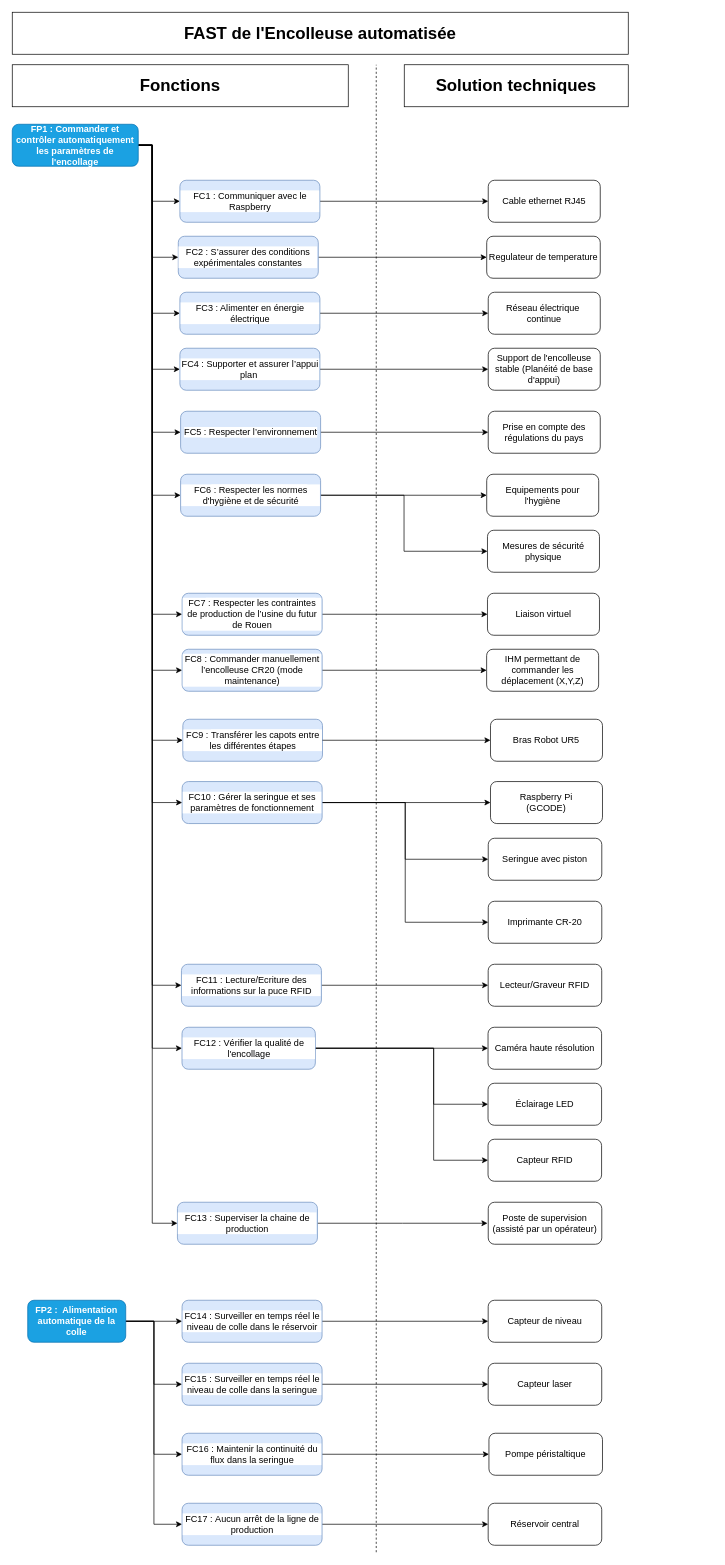
The draw.io diagram FAST DIAGRAM/Diagramme_FAST.drawio in CharifMah/Systemes_automatises, before the edit. Source tidied: cells renumbered, new cells numbered last; positions are measured from the earlier drawing's top-left corner, leaving out a move shared by most shapes. Both pictures are drawn from the tidied source at 70%, with x=0, y=0 at pixel (12, 12).
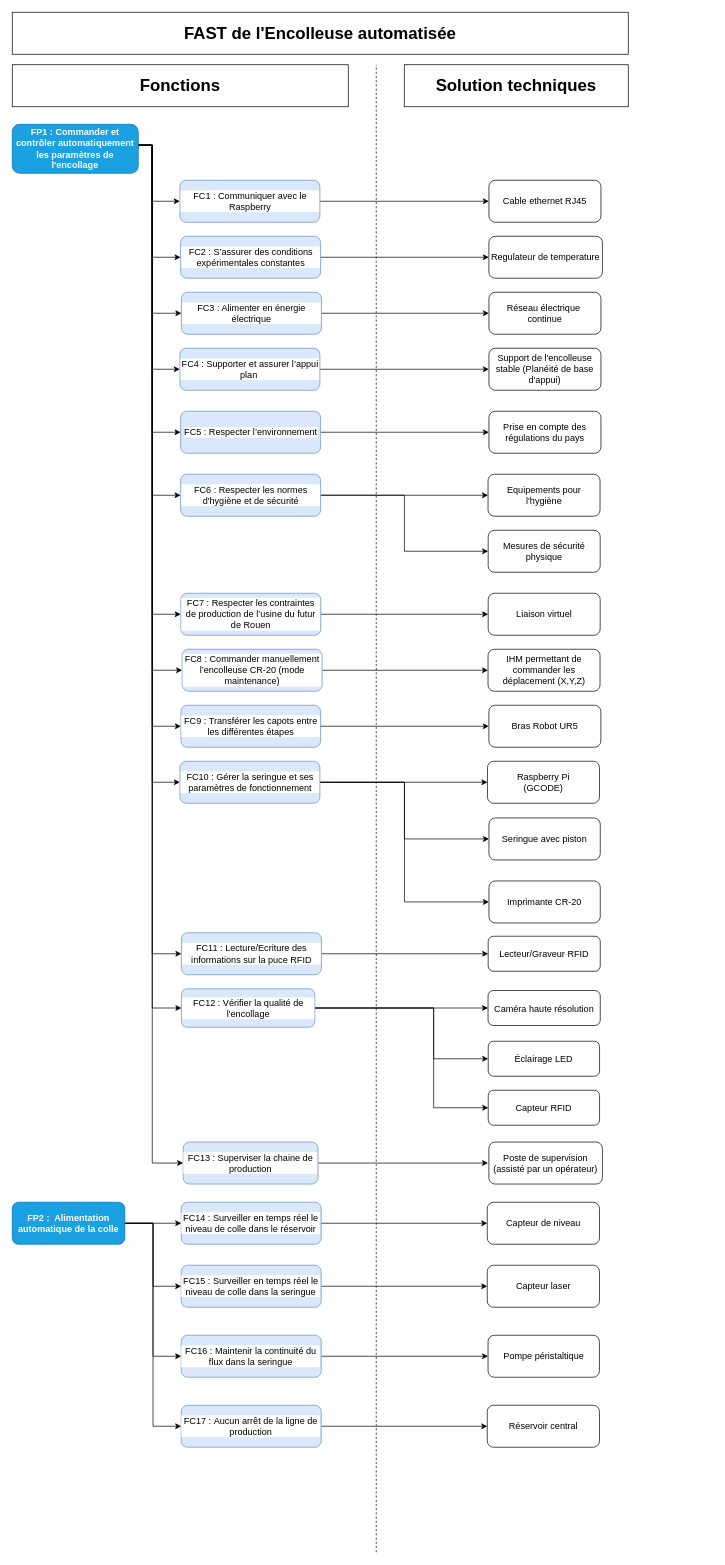
Above is the later version.

Commit message:
Mettre à jour Diagramme_FAST.drawio

What changed in the source:
```diff
@@
     <mxCell id="5" value="&lt;span&gt;FC10 : Gérer la seringue et ses paramètres de fonctionnement&lt;/span&gt;" style="rounded=1;whiteSpace=wrap;html=1;labelBackgroundColor=default;labelBorderColor=none;textShadow=0;fillColor=#dae8fc;strokeColor=#6c8ebf;fontFamily=Helvetica;fontSize=13;fontStyle=0;" parent="1" vertex="1">
-      <mxGeometry x="242.7" y="1099" width="200" height="60" as="geometry" />
+      <mxGeometry x="239.5" y="1070" width="200" height="60" as="geometry" />
     </mxCell>
@@
     <mxCell id="7" value="&lt;font&gt;FC2 :&amp;nbsp;S’assurer des conditions expérimentales constantes&lt;/font&gt;" style="rounded=1;whiteSpace=wrap;html=1;labelBackgroundColor=default;labelBorderColor=none;textShadow=0;fillColor=#dae8fc;strokeColor=#6c8ebf;fontFamily=Helvetica;fontSize=13;fontStyle=0;" parent="1" vertex="1">
-      <mxGeometry x="237.2" y="320" width="200" height="60" as="geometry" />
+      <mxGeometry x="240.5" y="320" width="200" height="60" as="geometry" />
     </mxCell>
@@
     <mxCell id="16" style="edgeStyle=orthogonalEdgeStyle;rounded=0;jettySize=auto;html=1;entryX=0;entryY=0.5;entryDx=0;entryDy=0;" parent="1" edge="1" source="21" target="48">
       <mxGeometry relative="1" as="geometry">
         <Array as="points">
           <mxPoint x="200" y="190" />
-          <mxPoint x="200" y="1040" />
+          <mxPoint x="200" y="1020" />
         </Array>
       </mxGeometry>
     </mxCell>
     <mxCell id="17" style="edgeStyle=orthogonalEdgeStyle;rounded=0;jettySize=auto;html=1;entryX=0;entryY=0.5;entryDx=0;entryDy=0;" parent="1" edge="1" source="21" target="5">
       <mxGeometry relative="1" as="geometry">
         <Array as="points">
           <mxPoint x="200" y="190" />
-          <mxPoint x="200" y="1129" />
+          <mxPoint x="200" y="1100" />
         </Array>
       </mxGeometry>
     </mxCell>
     <mxCell id="18" style="edgeStyle=orthogonalEdgeStyle;rounded=0;jettySize=auto;html=1;entryX=0;entryY=0.5;entryDx=0;entryDy=0;" parent="1" edge="1" source="21" target="68">
       <mxGeometry relative="1" as="geometry">
         <Array as="points">
           <mxPoint x="200" y="190" />
-          <mxPoint x="200" y="1390" />
+          <mxPoint x="200" y="1345" />
         </Array>
       </mxGeometry>
     </mxCell>
     <mxCell id="19" style="edgeStyle=orthogonalEdgeStyle;rounded=0;jettySize=auto;html=1;entryX=0;entryY=0.5;entryDx=0;entryDy=0;" parent="1" edge="1" source="21" target="34">
       <mxGeometry relative="1" as="geometry">
         <Array as="points">
           <mxPoint x="200" y="190" />
-          <mxPoint x="200" y="1480" />
+          <mxPoint x="200" y="1423" />
         </Array>
       </mxGeometry>
     </mxCell>
     <mxCell id="20" style="edgeStyle=orthogonalEdgeStyle;rounded=0;jettySize=auto;html=1;entryX=0;entryY=0.5;entryDx=0;entryDy=0;" parent="1" edge="1" source="21" target="82">
       <mxGeometry relative="1" as="geometry">
         <Array as="points">
           <mxPoint x="200" y="190" />
-          <mxPoint x="200" y="1730" />
+          <mxPoint x="200" y="1644" />
         </Array>
       </mxGeometry>
     </mxCell>
     <mxCell id="21" value="&lt;span&gt;&lt;font style=&quot;color: light-dark(rgb(255, 255, 255), rgb(0, 0, 0));&quot;&gt;FP1 : Commander et contrôler automatiquement les paramètres de l'encollage&lt;/font&gt;&lt;/span&gt;" style="rounded=1;whiteSpace=wrap;html=1;fillColor=#1ba1e2;fontColor=#ffffff;strokeColor=#006EAF;fontFamily=Helvetica;fontSize=13;fontStyle=1;" parent="1" vertex="1">
-      <mxGeometry y="160" width="180" height="60" as="geometry" />
+      <mxGeometry y="160" width="180" height="70" as="geometry" />
     </mxCell>
@@
     <mxCell id="25" value="Raspberry Pi&lt;div&gt;(GCODE)&lt;/div&gt;" style="rounded=1;whiteSpace=wrap;html=1;fontFamily=Helvetica;fontSize=13;fontStyle=0;" parent="1" vertex="1">
-      <mxGeometry x="683.2" y="1099" width="160" height="60" as="geometry" />
+      <mxGeometry x="678.9" y="1070" width="160" height="60" as="geometry" />
     </mxCell>
     <mxCell id="26" value="Capteur de niveau" style="rounded=1;whiteSpace=wrap;html=1;fontFamily=Helvetica;fontSize=13;" parent="1" vertex="1">
-      <mxGeometry x="679.9" y="1840" width="162.2" height="60" as="geometry" />
+      <mxGeometry x="678.6" y="1700" width="160.3" height="60" as="geometry" />
     </mxCell>
     <mxCell id="27" value="Regulateur de temperature" style="rounded=1;whiteSpace=wrap;html=1;fontFamily=Helvetica;fontSize=13;fontStyle=0;" parent="1" vertex="1">
-      <mxGeometry x="677.8" y="320" width="162.2" height="60" as="geometry" />
+      <mxGeometry x="680.9" y="320" width="162.2" height="60" as="geometry" />
     </mxCell>
     <mxCell id="28" value="Bras Robot UR5" style="rounded=1;whiteSpace=wrap;html=1;fontFamily=Helvetica;fontSize=13;fontStyle=0;" parent="1" vertex="1">
-      <mxGeometry x="683.2" y="1010" width="160" height="60" as="geometry" />
+      <mxGeometry x="680.9" y="990" width="160" height="60" as="geometry" />
     </mxCell>
     <mxCell id="29" value="Réservoir central" style="rounded=1;whiteSpace=wrap;html=1;fontFamily=Helvetica;fontSize=13;" parent="1" vertex="1">
-      <mxGeometry x="679.9" y="2130" width="162.2" height="60" as="geometry" />
+      <mxGeometry x="678.6" y="1990" width="160.3" height="60" as="geometry" />
     </mxCell>
     <mxCell id="30" value="Pompe péristaltique" style="rounded=1;whiteSpace=wrap;html=1;fontFamily=Helvetica;fontSize=13;" parent="1" vertex="1">
-      <mxGeometry x="681" y="2030" width="162.2" height="60" as="geometry" />
+      <mxGeometry x="679.7" y="1890" width="159.1" height="60" as="geometry" />
     </mxCell>
@@
     <mxCell id="32" style="edgeStyle=orthogonalEdgeStyle;rounded=0;jettySize=auto;html=1;entryX=0;entryY=0.5;entryDx=0;entryDy=0;fontFamily=Helvetica;fontSize=13;fontStyle=0;" parent="1" edge="1" source="34" target="36">
       <mxGeometry relative="1" as="geometry">
         <Array as="points">
-          <mxPoint x="602" y="1480" />
-          <mxPoint x="602" y="1560" />
+          <mxPoint x="602" y="1423" />
+          <mxPoint x="602" y="1495" />
         </Array>
       </mxGeometry>
     </mxCell>
     <mxCell id="33" style="edgeStyle=orthogonalEdgeStyle;rounded=0;jettySize=auto;html=1;entryX=0;entryY=0.5;entryDx=0;entryDy=0;fontSize=13;fontStyle=0;" parent="1" edge="1" source="34" target="65">
       <mxGeometry relative="1" as="geometry">
         <Array as="points">
-          <mxPoint x="602" y="1480" />
-          <mxPoint x="602" y="1640" />
+          <mxPoint x="602" y="1423" />
+          <mxPoint x="602" y="1565" />
         </Array>
       </mxGeometry>
     </mxCell>
     <mxCell id="34" value="&lt;span&gt;FC12 : Vérifier la qualité de l'encollage&lt;/span&gt;" style="rounded=1;whiteSpace=wrap;html=1;labelBackgroundColor=default;labelBorderColor=none;textShadow=0;fillColor=#dae8fc;strokeColor=#6c8ebf;fontFamily=Helvetica;fontSize=13;fontStyle=0;" parent="1" vertex="1">
-      <mxGeometry x="242.5" y="1450" width="190.5" height="60" as="geometry" />
+      <mxGeometry x="241.7" y="1395" width="190.5" height="55" as="geometry" />
     </mxCell>
     <mxCell id="35" value="Caméra haute résolution" style="rounded=1;whiteSpace=wrap;html=1;fontFamily=Helvetica;fontSize=13;fontStyle=0;" parent="1" vertex="1">
-      <mxGeometry x="679.7" y="1450" width="162.2" height="60" as="geometry" />
+      <mxGeometry x="679.7" y="1397.5" width="160.3" height="50" as="geometry" />
     </mxCell>
     <mxCell id="36" value="Éclairage LED" style="rounded=1;whiteSpace=wrap;html=1;fontFamily=Helvetica;fontSize=13;fontStyle=0;" parent="1" vertex="1">
-      <mxGeometry x="679.7" y="1530" width="162.2" height="60" as="geometry" />
+      <mxGeometry x="680" y="1470" width="159" height="50" as="geometry" />
     </mxCell>
@@
     <mxCell id="41" value="&lt;span&gt;&lt;font style=&quot;color: rgb(255, 255, 255);&quot;&gt;FP2 :&amp;nbsp; Alimentation automatique de la colle&lt;/font&gt;&lt;/span&gt;" style="rounded=1;whiteSpace=wrap;html=1;fillColor=#1ba1e2;fontColor=#ffffff;strokeColor=#006EAF;fontFamily=Helvetica;fontSize=13;fontStyle=1;" parent="1" vertex="1">
-      <mxGeometry x="22.1" y="1840" width="140" height="60" as="geometry" />
+      <mxGeometry y="1700" width="160.8" height="60" as="geometry" />
     </mxCell>
@@
     <mxCell id="44" value="Cable ethernet RJ45" style="rounded=1;whiteSpace=wrap;html=1;fontSize=13;fontStyle=0;" parent="1" vertex="1">
-      <mxGeometry x="680" y="240" width="160" height="60" as="geometry" />
+      <mxGeometry x="681" y="240" width="160" height="60" as="geometry" />
     </mxCell>
@@
     <mxCell id="46" value="&lt;div&gt;&lt;font&gt;FC3 : Alimenter en énergie électrique&lt;/font&gt;&lt;/div&gt;" style="rounded=1;whiteSpace=wrap;html=1;labelBackgroundColor=default;labelBorderColor=none;textShadow=0;fillColor=#dae8fc;strokeColor=#6c8ebf;fontFamily=Helvetica;fontSize=13;fontStyle=0;" parent="1" vertex="1">
-      <mxGeometry x="239.5" y="400" width="200" height="60" as="geometry" />
+      <mxGeometry x="241.7" y="400" width="200" height="60" as="geometry" />
     </mxCell>
     <mxCell id="47" value="Réseau électrique&amp;nbsp;&lt;div&gt;continue&lt;/div&gt;" style="rounded=1;whiteSpace=wrap;html=1;fontSize=13;fontStyle=0;" parent="1" vertex="1">
-      <mxGeometry x="680" y="400" width="160" height="60" as="geometry" />
+      <mxGeometry x="681" y="400" width="160" height="60" as="geometry" />
     </mxCell>
     <mxCell id="48" value="&lt;font&gt;FC9 :&amp;nbsp;&lt;/font&gt;&lt;span style=&quot;background-color: light-dark(#ffffff, var(--ge-dark-color, #121212)); color: light-dark(rgb(0, 0, 0), rgb(255, 255, 255));&quot;&gt;Transférer les capots entre les différentes étapes&lt;/span&gt;" style="rounded=1;whiteSpace=wrap;html=1;labelBackgroundColor=default;labelBorderColor=none;textShadow=0;fillColor=#dae8fc;strokeColor=#6c8ebf;fontFamily=Helvetica;fontSize=13;fontStyle=0;" parent="1" vertex="1">
-      <mxGeometry x="243.7" y="1010" width="199.5" height="60" as="geometry" />
+      <mxGeometry x="241" y="990" width="199.5" height="60" as="geometry" />
     </mxCell>
@@
     <mxCell id="52" value="Support de l'encolleuse stable (Planéité de base d'appui)" style="rounded=1;whiteSpace=wrap;html=1;fontSize=13;fontStyle=0;" parent="1" vertex="1">
-      <mxGeometry x="680" y="480" width="160" height="60" as="geometry" />
+      <mxGeometry x="681" y="480" width="160" height="60" as="geometry" />
     </mxCell>
@@
     <mxCell id="55" value="Prise en compte des régulations du pays" style="rounded=1;whiteSpace=wrap;html=1;fontSize=13;fontStyle=0;" parent="1" vertex="1">
-      <mxGeometry x="680" y="570" width="160" height="60" as="geometry" />
+      <mxGeometry x="681" y="570" width="160" height="60" as="geometry" />
     </mxCell>
@@
     <mxCell id="57" value="&lt;div&gt;&lt;font&gt;FC7&lt;/font&gt;&lt;span style=&quot;color: light-dark(rgb(0, 0, 0), rgb(255, 255, 255)); background-color: light-dark(#ffffff, var(--ge-dark-color, #121212));&quot;&gt;&amp;nbsp;:&amp;nbsp;&lt;/span&gt;&lt;span style=&quot;color: light-dark(rgb(0, 0, 0), rgb(255, 255, 255)); background-color: light-dark(#ffffff, var(--ge-dark-color, #121212));&quot;&gt;Respecter les contraintes de production de l’usine du futur de Rouen&lt;/span&gt;&lt;/div&gt;" style="rounded=1;whiteSpace=wrap;html=1;labelBackgroundColor=default;labelBorderColor=none;textShadow=0;fillColor=#dae8fc;strokeColor=#6c8ebf;fontFamily=Helvetica;fontSize=13;fontStyle=0;" parent="1" vertex="1">
-      <mxGeometry x="242.7" y="830" width="200" height="60" as="geometry" />
+      <mxGeometry x="240.8" y="830" width="200" height="60" as="geometry" />
     </mxCell>
     <mxCell id="58" value="Liaison virtuel" style="rounded=1;whiteSpace=wrap;html=1;fontSize=13;fontStyle=0;" parent="1" vertex="1">
-      <mxGeometry x="678.9" y="830" width="160" height="60" as="geometry" />
+      <mxGeometry x="679.9" y="830" width="160" height="60" as="geometry" />
     </mxCell>
@@
-    <mxCell id="60" value="&lt;div&gt;&lt;font&gt;FC8&lt;/font&gt;&lt;span style=&quot;background-color: light-dark(#ffffff, var(--ge-dark-color, #121212)); color: light-dark(rgb(0, 0, 0), rgb(255, 255, 255));&quot;&gt;&amp;nbsp;:&amp;nbsp;&lt;/span&gt;&lt;span style=&quot;background-color: light-dark(#ffffff, var(--ge-dark-color, #121212));&quot;&gt;Commander manuellement l’encolleuse CR20 (mode maintenance)&lt;/span&gt;&lt;/div&gt;" style="rounded=1;whiteSpace=wrap;html=1;labelBackgroundColor=default;labelBorderColor=none;textShadow=0;fillColor=#dae8fc;strokeColor=#6c8ebf;fontFamily=Helvetica;fontSize=13;fontStyle=0;" parent="1" vertex="1">
+    <mxCell id="60" value="&lt;div&gt;&lt;font&gt;FC8&lt;/font&gt;&lt;span style=&quot;background-color: light-dark(#ffffff, var(--ge-dark-color, #121212)); color: light-dark(rgb(0, 0, 0), rgb(255, 255, 255));&quot;&gt;&amp;nbsp;:&amp;nbsp;&lt;/span&gt;&lt;span style=&quot;background-color: light-dark(#ffffff, var(--ge-dark-color, #121212));&quot;&gt;Commander manuellement l’encolleuse CR-20 (mode maintenance)&lt;/span&gt;&lt;/div&gt;" style="rounded=1;whiteSpace=wrap;html=1;labelBackgroundColor=default;labelBorderColor=none;textShadow=0;fillColor=#dae8fc;strokeColor=#6c8ebf;fontFamily=Helvetica;fontSize=13;fontStyle=0;" parent="1" vertex="1">
       <mxGeometry x="242.7" y="910" width="200" height="60" as="geometry" />
     </mxCell>
     <mxCell id="61" value="IHM permettant de commander les déplacement (X,Y,Z)" style="rounded=1;whiteSpace=wrap;html=1;fontFamily=Helvetica;fontSize=13;fontStyle=0;" parent="1" vertex="1">
-      <mxGeometry x="677.7" y="910" width="160" height="60" as="geometry" />
+      <mxGeometry x="679.7" y="910" width="160" height="60" as="geometry" />
     </mxCell>
@@
     <mxCell id="63" value="&lt;div&gt;&lt;font&gt;FC17&lt;/font&gt;&lt;span style=&quot;color: light-dark(rgb(0, 0, 0), rgb(255, 255, 255)); background-color: light-dark(#ffffff, var(--ge-dark-color, #121212));&quot;&gt;&amp;nbsp;:&amp;nbsp;&lt;/span&gt;&lt;span style=&quot;color: light-dark(rgb(0, 0, 0), rgb(255, 255, 255)); background-color: light-dark(#ffffff, var(--ge-dark-color, #121212));&quot;&gt;Aucun arrêt de la ligne de production&lt;/span&gt;&lt;/div&gt;" style="rounded=1;whiteSpace=wrap;html=1;labelBackgroundColor=default;labelBorderColor=none;textShadow=0;fillColor=#dae8fc;strokeColor=#6c8ebf;fontFamily=Helvetica;fontSize=13;" parent="1" vertex="1">
-      <mxGeometry x="242.6" y="2130" width="200" height="60" as="geometry" />
+      <mxGeometry x="241.4" y="1990" width="200" height="60" as="geometry" />
     </mxCell>
@@
     <mxCell id="65" value="Capteur RFID" style="rounded=1;whiteSpace=wrap;html=1;fontFamily=Helvetica;fontSize=13;fontStyle=0;" parent="1" vertex="1">
-      <mxGeometry x="679.7" y="1610" width="162.2" height="60" as="geometry" />
+      <mxGeometry x="680" y="1540" width="159" height="50" as="geometry" />
     </mxCell>
@@
     <mxCell id="68" value="&lt;span&gt;FC11 : Lecture/Ecriture&amp;nbsp;&lt;/span&gt;&lt;span lang=&quot;FR&quot; style=&quot;font-family: Calibri, sans-serif;&quot;&gt;des informations&amp;nbsp;&lt;/span&gt;&lt;span&gt;sur la puce RFID&lt;/span&gt;" style="rounded=1;whiteSpace=wrap;html=1;labelBackgroundColor=default;labelBorderColor=none;textShadow=0;fillColor=#dae8fc;strokeColor=#6c8ebf;fontFamily=Helvetica;fontSize=13;fontStyle=0;" parent="1" vertex="1">
-      <mxGeometry x="241.7" y="1360" width="200" height="60" as="geometry" />
+      <mxGeometry x="241.7" y="1315" width="200" height="60" as="geometry" />
     </mxCell>
     <mxCell id="69" value="Lecteur/Graveur RFID" style="rounded=1;whiteSpace=wrap;html=1;labelBackgroundColor=default;labelBorderColor=none;textShadow=0;fontFamily=Helvetica;fontSize=13;fontStyle=0;" parent="1" vertex="1">
-      <mxGeometry x="679.9" y="1360" width="162.2" height="60" as="geometry" />
+      <mxGeometry x="679.9" y="1320" width="160.1" height="50" as="geometry" />
     </mxCell>
@@
     <mxCell id="71" value="&lt;div&gt;&lt;font&gt;FC14&lt;/font&gt;&lt;span style=&quot;color: light-dark(rgb(0, 0, 0), rgb(255, 255, 255)); background-color: light-dark(#ffffff, var(--ge-dark-color, #121212));&quot;&gt;&amp;nbsp;:&amp;nbsp;&lt;/span&gt;&lt;span style=&quot;color: light-dark(rgb(0, 0, 0), rgb(255, 255, 255)); background-color: light-dark(#ffffff, var(--ge-dark-color, #121212));&quot;&gt;Surveiller en temps réel le niveau de colle dans le réservoir&lt;/span&gt;&lt;/div&gt;" style="rounded=1;whiteSpace=wrap;html=1;labelBackgroundColor=default;labelBorderColor=none;textShadow=0;fillColor=#dae8fc;strokeColor=#6c8ebf;fontFamily=Helvetica;fontSize=13;" parent="1" vertex="1">
-      <mxGeometry x="242.6" y="1840" width="200" height="60" as="geometry" />
+      <mxGeometry x="241.4" y="1700" width="200" height="60" as="geometry" />
     </mxCell>
     <mxCell id="72" value="Capteur laser" style="rounded=1;whiteSpace=wrap;html=1;fontFamily=Helvetica;fontSize=13;" parent="1" vertex="1">
-      <mxGeometry x="679.9" y="1930" width="162.2" height="60" as="geometry" />
+      <mxGeometry x="678.6" y="1790" width="160.3" height="60" as="geometry" />
     </mxCell>
@@
     <mxCell id="74" value="&lt;div&gt;&lt;font&gt;FC15&lt;/font&gt;&lt;span style=&quot;color: light-dark(rgb(0, 0, 0), rgb(255, 255, 255)); background-color: light-dark(#ffffff, var(--ge-dark-color, #121212));&quot;&gt;&amp;nbsp;:&amp;nbsp;&lt;/span&gt;&lt;span style=&quot;color: light-dark(rgb(0, 0, 0), rgb(255, 255, 255)); background-color: light-dark(#ffffff, var(--ge-dark-color, #121212));&quot;&gt;Surveiller en temps réel le niveau de colle dans la seringue&lt;/span&gt;&lt;/div&gt;" style="rounded=1;whiteSpace=wrap;html=1;labelBackgroundColor=default;labelBorderColor=none;textShadow=0;fillColor=#dae8fc;strokeColor=#6c8ebf;fontFamily=Helvetica;fontSize=13;" parent="1" vertex="1">
-      <mxGeometry x="242.6" y="1930" width="200" height="60" as="geometry" />
+      <mxGeometry x="241.4" y="1790" width="200" height="60" as="geometry" />
     </mxCell>
@@
     <mxCell id="76" value="&lt;div&gt;&lt;font&gt;FC16&lt;/font&gt;&lt;span style=&quot;color: light-dark(rgb(0, 0, 0), rgb(255, 255, 255)); background-color: light-dark(#ffffff, var(--ge-dark-color, #121212));&quot;&gt;&amp;nbsp;: Maintenir la continuité du flux dans la seringue&lt;/span&gt;&lt;/div&gt;" style="rounded=1;whiteSpace=wrap;html=1;labelBackgroundColor=default;labelBorderColor=none;textShadow=0;fillColor=#dae8fc;strokeColor=#6c8ebf;fontFamily=Helvetica;fontSize=13;" parent="1" vertex="1">
-      <mxGeometry x="242.6" y="2030" width="200" height="60" as="geometry" />
+      <mxGeometry x="241.4" y="1890" width="200" height="60" as="geometry" />
     </mxCell>
@@
     <mxCell id="80" value="Equipements pour l'hygiène" style="rounded=1;whiteSpace=wrap;html=1;fontSize=13;fontStyle=0;" parent="1" vertex="1">
-      <mxGeometry x="677.8" y="660" width="160" height="60" as="geometry" />
+      <mxGeometry x="679.7" y="660" width="160" height="60" as="geometry" />
     </mxCell>
     <mxCell id="81" style="edgeStyle=orthogonalEdgeStyle;rounded=0;jettySize=auto;html=1;" parent="1" edge="1" source="82">
       <mxGeometry relative="1" as="geometry">
-        <mxPoint x="678.9" y="1730" as="targetPoint" />
+        <mxPoint x="679.7" y="1644" as="targetPoint" />
       </mxGeometry>
     </mxCell>
     <mxCell id="82" value="&lt;div&gt;&lt;font&gt;FC13&lt;/font&gt;&lt;span style=&quot;color: light-dark(rgb(0, 0, 0), rgb(255, 255, 255)); background-color: light-dark(#ffffff, var(--ge-dark-color, #121212));&quot;&gt;&amp;nbsp;:&amp;nbsp;&lt;/span&gt;&lt;span style=&quot;color: light-dark(rgb(0, 0, 0), rgb(255, 255, 255)); background-color: light-dark(#ffffff, var(--ge-dark-color, #121212));&quot;&gt;Superviser la chaine de production&lt;/span&gt;&lt;/div&gt;" style="rounded=1;whiteSpace=wrap;html=1;labelBackgroundColor=default;labelBorderColor=none;textShadow=0;fillColor=#dae8fc;strokeColor=#6c8ebf;fontFamily=Helvetica;fontSize=13;" parent="1" vertex="1">
-      <mxGeometry x="236" y="1700" width="200" height="60" as="geometry" />
+      <mxGeometry x="244.2" y="1614" width="192.6" height="60" as="geometry" />
     </mxCell>
     <mxCell id="83" value="Poste de supervision (assisté par un opérateur)" style="rounded=1;whiteSpace=wrap;html=1;fontFamily=Helvetica;fontSize=13;fontStyle=0;" parent="1" vertex="1">
-      <mxGeometry x="680" y="1700" width="162.2" height="60" as="geometry" />
+      <mxGeometry x="680.9" y="1614" width="162.2" height="60" as="geometry" />
     </mxCell>
     <mxCell id="84" value="Mesures de sécurité physique" style="rounded=1;whiteSpace=wrap;html=1;fontSize=13;fontStyle=0;" parent="1" vertex="1">
-      <mxGeometry x="678.9" y="740" width="160" height="60" as="geometry" />
+      <mxGeometry x="679.9" y="740" width="160" height="60" as="geometry" />
     </mxCell>
     <mxCell id="85" value="Seringue avec piston" style="rounded=1;whiteSpace=wrap;html=1;fontFamily=Helvetica;fontSize=13;" parent="1" vertex="1">
-      <mxGeometry x="680" y="1180" width="162.2" height="60" as="geometry" />
+      <mxGeometry x="681" y="1151" width="159" height="60" as="geometry" />
     </mxCell>
     <mxCell id="86" value="Imprimante CR-20" style="rounded=1;whiteSpace=wrap;html=1;fontFamily=Helvetica;fontSize=13;" parent="1" vertex="1">
-      <mxGeometry x="680" y="1270" width="162.2" height="60" as="geometry" />
+      <mxGeometry x="681" y="1241" width="159" height="60" as="geometry" />
     </mxCell>
```
